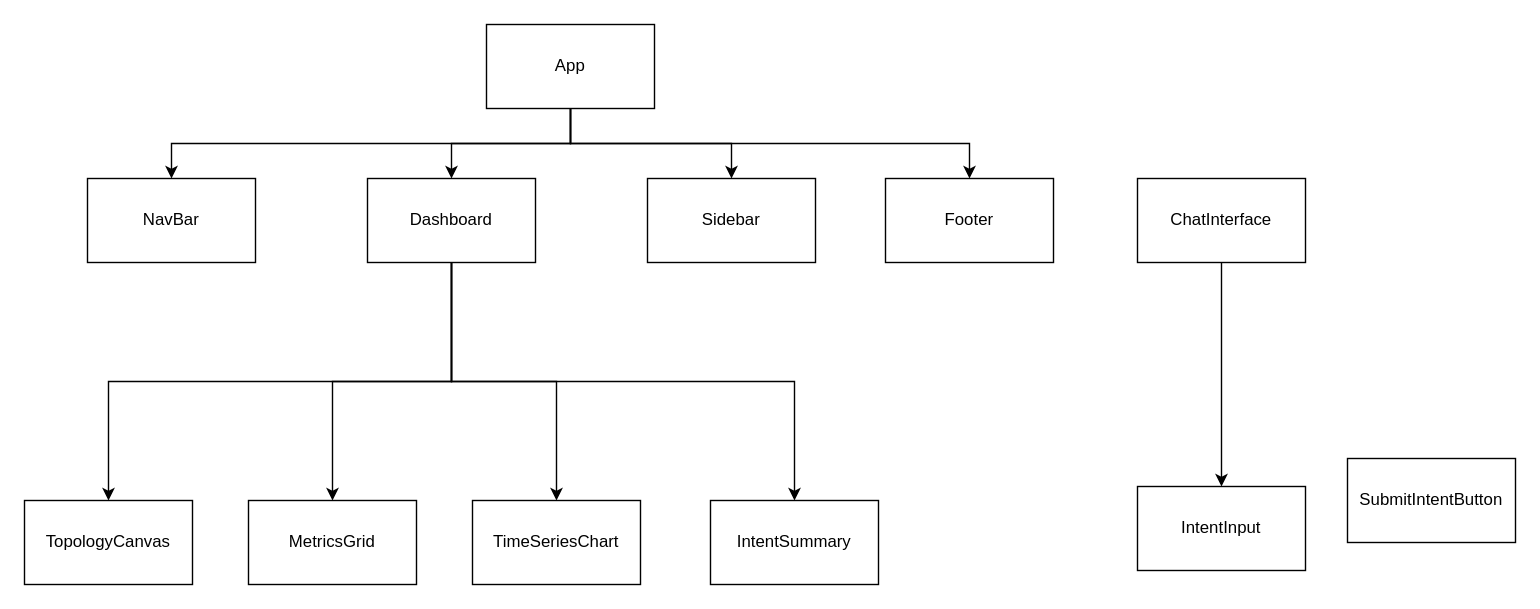
Earlier version of the draw.io diagram diagram/fyp-frontend-design.drawio (THenryInGH/FYP). Source tidied: cells renumbered, new cells numbered last; positions are measured from the earlier drawing's top-left corner, leaving out a move shared by most shapes. Both pictures are drawn from the tidied source at 140%, with x=0, y=0 at pixel (24, 24).
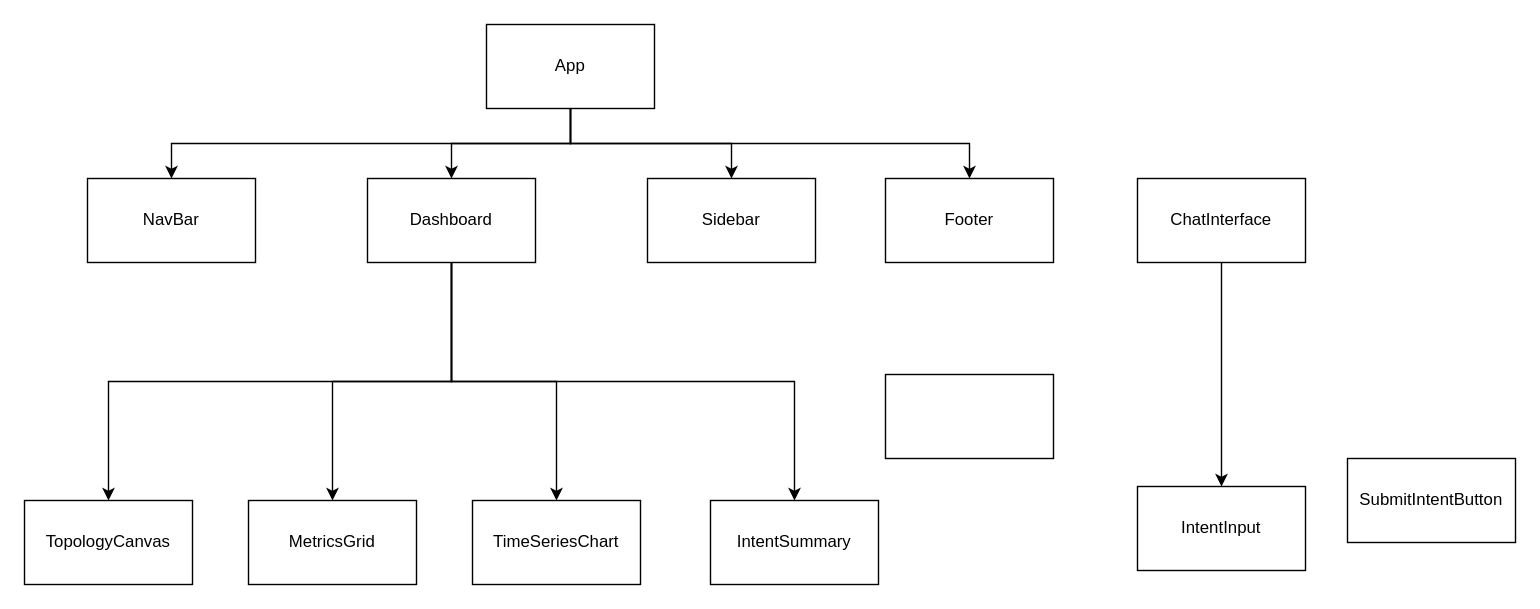
The same diagram, later.

Change to the diagram source:
```diff
@@
+    <mxCell id="23" style="whiteSpace=wrap;html=1;" parent="1" vertex="1">
+      <mxGeometry x="615" y="250" width="120" height="60" as="geometry" />
+    </mxCell>
```
